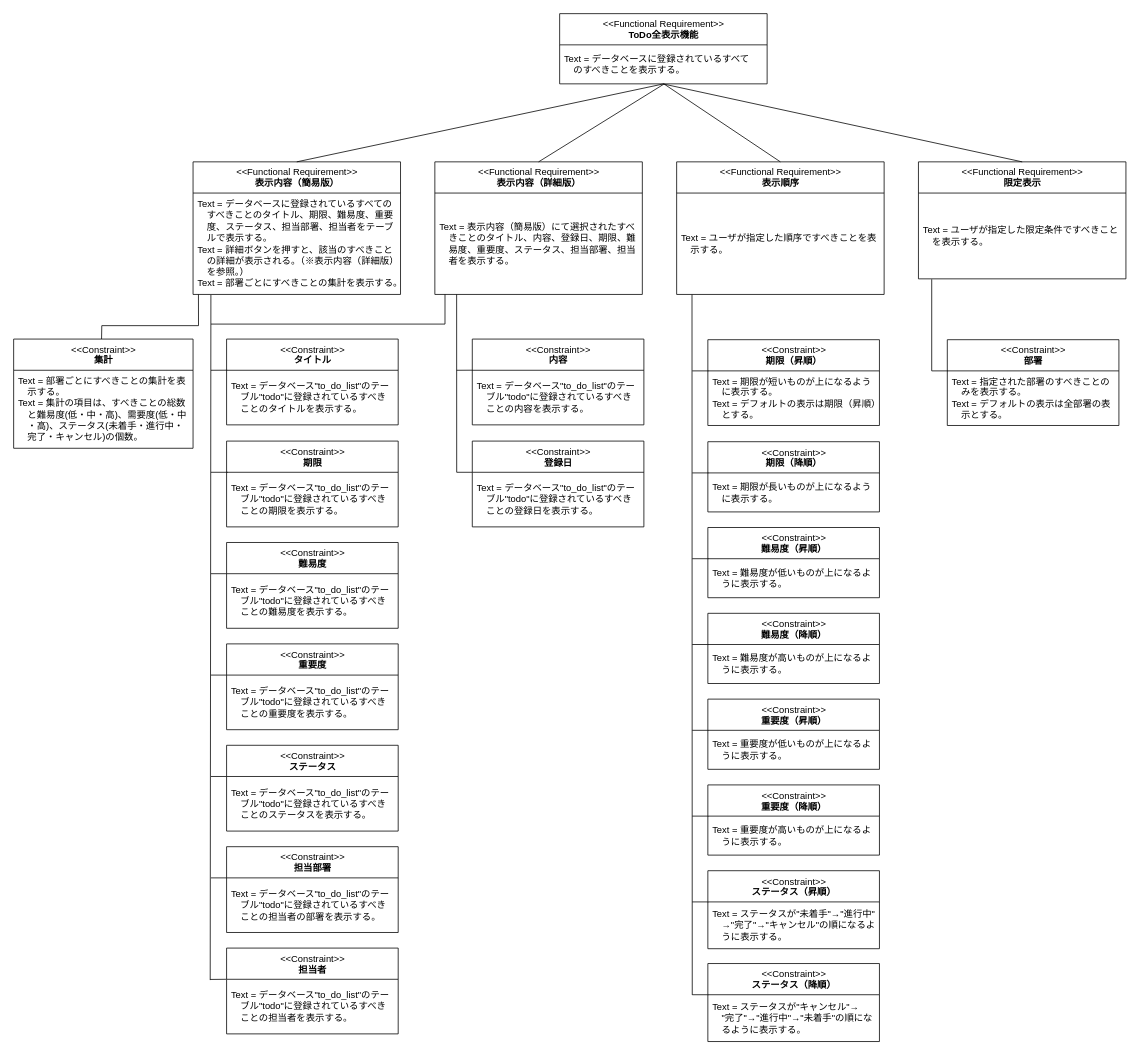
Above: portfolio03/01/requirement_definition/requirement/portfolio03_01_requirement_todo_show_all.drawio in RRRYOOO/portfolio (draw.io), before the change. Source tidied: cells renumbered, new cells numbered last; positions are measured from the earlier drawing's top-left corner, leaving out a move shared by most shapes. Both pictures are drawn from the tidied source at 78%, with x=0, y=0 at pixel (13, 13).
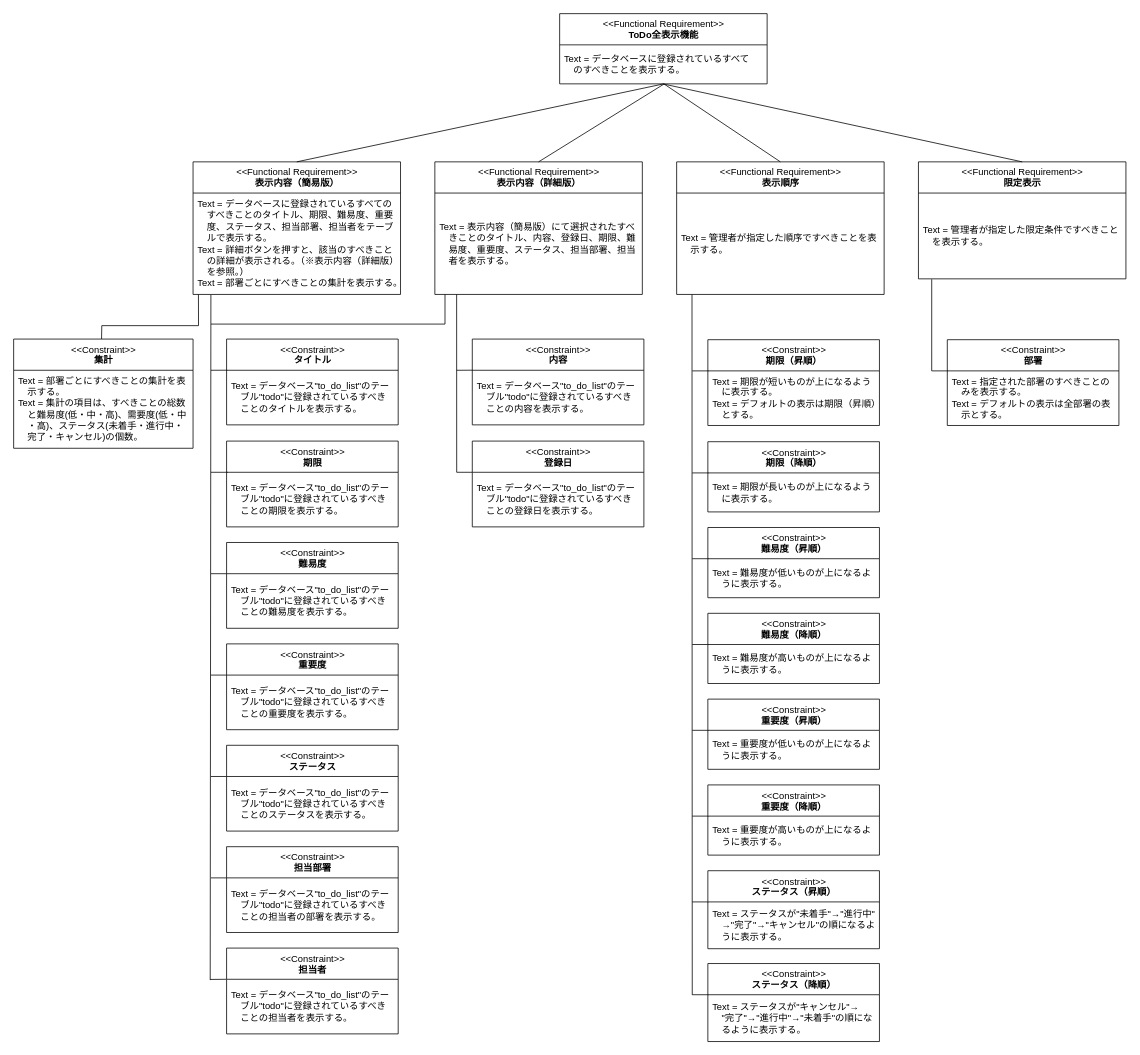
The same diagram, later.

Commit message (it also covers changes not shown here):
created the program of todo show all.

The change refers to these unchanged cells:
```xml
<mxCell id="7" value="&amp;lt;&amp;lt;Functional Requirement&amp;gt;&amp;gt;&lt;br&gt;&lt;b&gt;表示順序&lt;/b&gt;" style="swimlane;fontStyle=0;align=center;verticalAlign=top;horizontal=1;startSize=40;html=1;" parent="5" vertex="1">
  <mxGeometry x="145" y="120" width="266" height="170" as="geometry" />
</mxCell>
<mxCell id="78" value="&amp;lt;&amp;lt;Functional Requirement&amp;gt;&amp;gt;&lt;br&gt;&lt;b&gt;限定表示&lt;/b&gt;" style="swimlane;fontStyle=0;align=center;verticalAlign=top;horizontal=1;startSize=40;html=1;" parent="73" vertex="1">
  <mxGeometry width="266" height="150" as="geometry" />
</mxCell>
```

Change to the diagram source:
```diff
@@
-    <mxCell id="8" value="Text = ユーザが指定した順序ですべきことを表&lt;br&gt;　示する。" style="text;html=1;align=left;verticalAlign=middle;spacingLeft=4;spacingRight=4;overflow=hidden;points=[[0,0.5],[1,0.5]];portConstraint=eastwest;" parent="7" vertex="1">
+    <mxCell id="8" value="Text = 管理者が指定した順序ですべきことを表&lt;br&gt;　示する。" style="text;html=1;align=left;verticalAlign=middle;spacingLeft=4;spacingRight=4;overflow=hidden;points=[[0,0.5],[1,0.5]];portConstraint=eastwest;" parent="7" vertex="1">
       <mxGeometry y="40" width="266" height="130" as="geometry" />
     </mxCell>
@@
-    <mxCell id="79" value="Text = ユーザが指定した限定条件ですべきこと&lt;br&gt;　を表示する。" style="text;html=1;align=left;verticalAlign=middle;spacingLeft=4;spacingRight=4;overflow=hidden;points=[[0,0.5],[1,0.5]];portConstraint=eastwest;" parent="78" vertex="1">
+    <mxCell id="79" value="Text = 管理者が指定した限定条件ですべきこと&lt;br&gt;　を表示する。" style="text;html=1;align=left;verticalAlign=middle;spacingLeft=4;spacingRight=4;overflow=hidden;points=[[0,0.5],[1,0.5]];portConstraint=eastwest;" parent="78" vertex="1">
       <mxGeometry y="40" width="266" height="110" as="geometry" />
     </mxCell>
```
